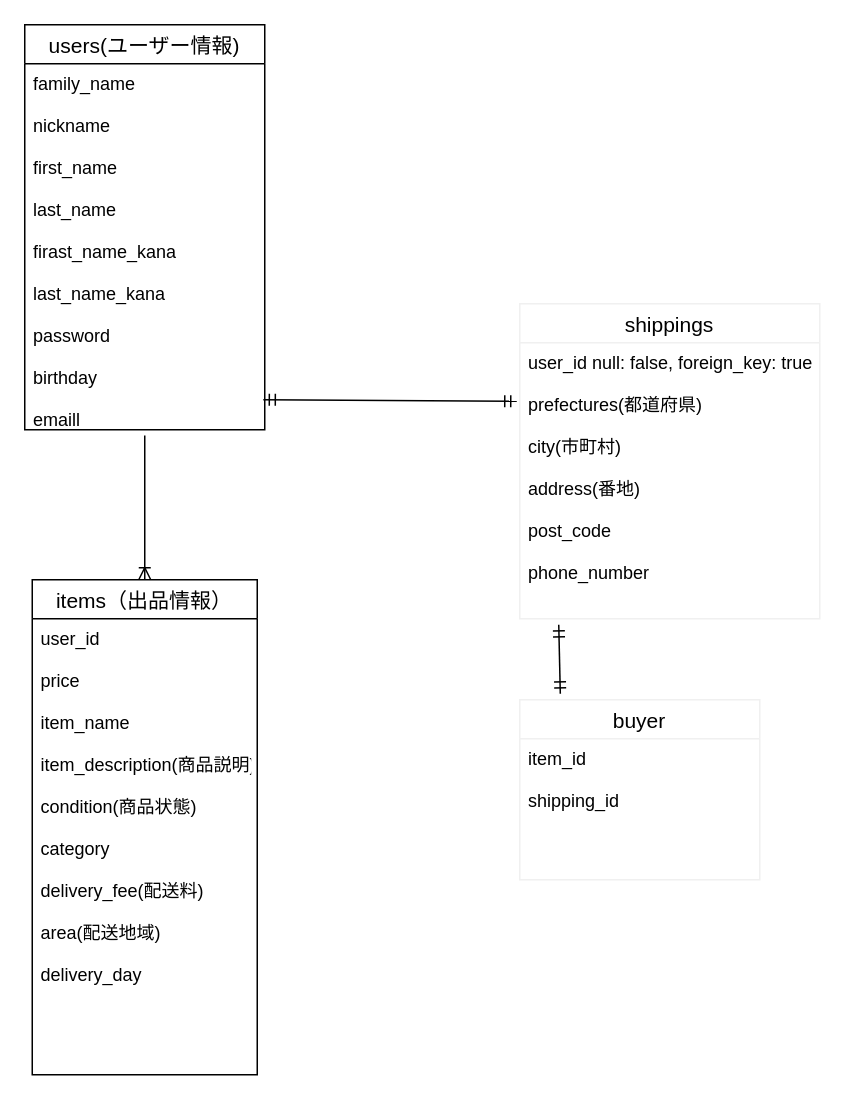
Earlier version of the draw.io diagram test.dio (cheap95/furima-34842). Source tidied: cells renumbered, new cells numbered last; positions are measured from the earlier drawing's top-left corner, leaving out a move shared by most shapes. Both pictures are drawn from the tidied source at 150%, with x=0, y=0 at pixel (24, 24).
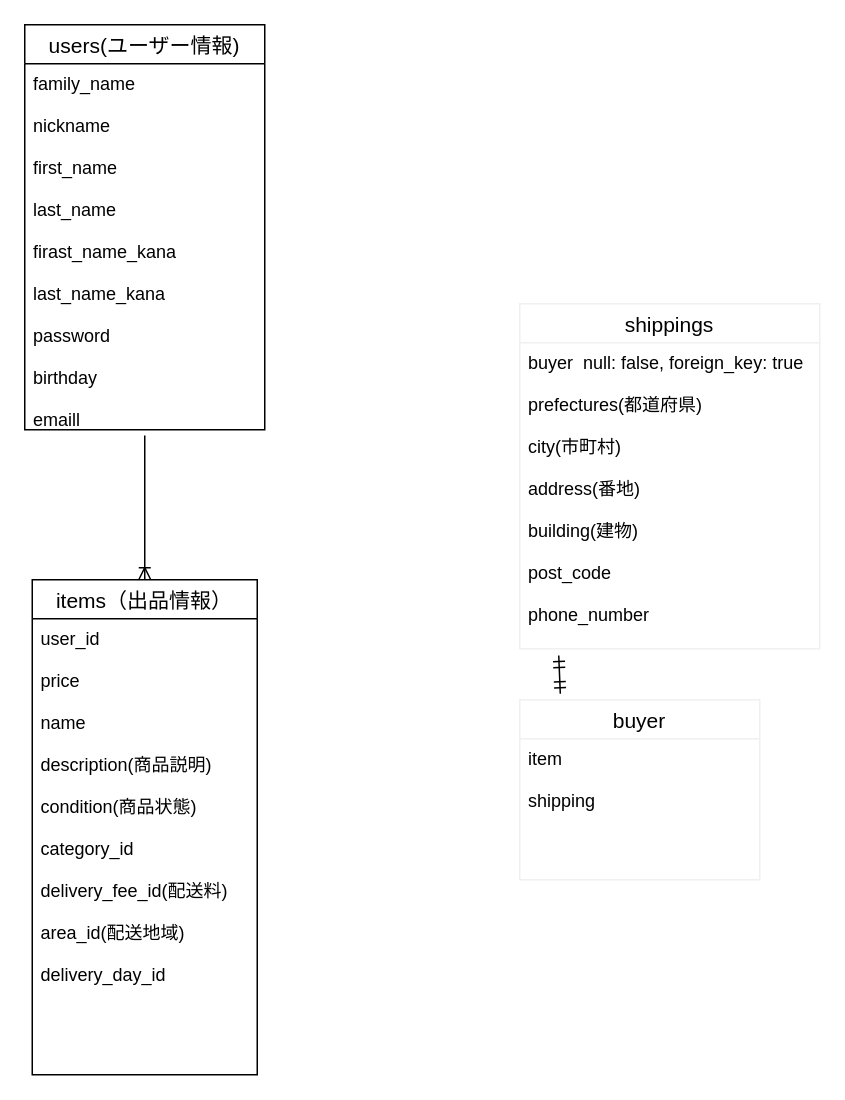
The same diagram, later.

What changed in the source:
```diff
@@
 <mxGraphModel>
   <root>
     <mxCell id="0" />
     <mxCell id="1" parent="0" />
     <mxCell id="2" value="items（出品情報）" style="swimlane;fontStyle=0;horizontal=1;startSize=26;align=center;fontSize=14;" parent="1" vertex="1">
       <mxGeometry x="5" y="370" width="150" height="330" as="geometry" />
     </mxCell>
-    <mxCell id="3" value="user_id&#10;&#10;price&#10;&#10;item_name&#10;&#10;item_description(商品説明)&#10;&#10;condition(商品状態)&#10;&#10;category&#10;&#10;delivery_fee(配送料)&#10;&#10;area(配送地域)&#10;&#10;delivery_day" style="text;strokeColor=none;fillColor=none;spacingLeft=4;spacingRight=4;overflow=hidden;fontSize=12;" parent="2" vertex="1">
+    <mxCell id="3" value="user_id&#10;&#10;price&#10;&#10;name&#10;&#10;description(商品説明)&#10;&#10;condition(商品状態)&#10;&#10;category_id&#10;&#10;delivery_fee_id(配送料)&#10;&#10;area_id(配送地域)&#10;&#10;delivery_day_id" style="text;strokeColor=none;fillColor=none;spacingLeft=4;spacingRight=4;overflow=hidden;fontSize=12;" parent="2" vertex="1">
       <mxGeometry y="26" width="150" height="304" as="geometry" />
     </mxCell>
     <mxCell id="4" value="shippings" style="swimlane;fontStyle=0;horizontal=1;startSize=26;align=center;fontSize=14;strokeColor=#f0f0f0;strokeWidth=1;" parent="1" vertex="1">
-      <mxGeometry x="330" y="186" width="200" height="210" as="geometry" />
+      <mxGeometry x="330" y="186" width="200" height="230" as="geometry" />
     </mxCell>
-    <mxCell id="5" value="user_id null: false, foreign_key: true&#10;&#10;prefectures(都道府県)&#10;&#10;city(市町村)&#10;&#10;address(番地)&#10;&#10;post_code&#10;&#10;phone_number&#10;&#10;" style="text;strokeColor=none;fillColor=none;spacingLeft=4;spacingRight=4;overflow=hidden;points=[[0,0.5],[1,0.5]];portConstraint=eastwest;fontSize=12;" parent="4" vertex="1">
-      <mxGeometry y="26" width="200" height="184" as="geometry" />
+    <mxCell id="5" value="buyer  null: false, foreign_key: true&#10;&#10;prefectures(都道府県)&#10;&#10;city(市町村)&#10;&#10;address(番地)&#10;&#10;building(建物)&#10;&#10;post_code&#10;&#10;phone_number&#10;&#10;" style="text;strokeColor=none;fillColor=none;spacingLeft=4;spacingRight=4;overflow=hidden;points=[[0,0.5],[1,0.5]];portConstraint=eastwest;fontSize=12;" parent="4" vertex="1">
+      <mxGeometry y="26" width="200" height="204" as="geometry" />
     </mxCell>
     <mxCell id="6" value="users(ユーザー情報)" style="swimlane;fontStyle=0;horizontal=1;startSize=26;align=center;fontSize=14;" parent="1" vertex="1">
       <mxGeometry width="160" height="270" as="geometry" />
     </mxCell>
     <mxCell id="7" value="family_name&#10;&#10;nickname&#10;&#10;first_name&#10;&#10;last_name&#10;&#10;firast_name_kana&#10;&#10;last_name_kana&#10;&#10;password&#10;&#10;birthday&#10;&#10;emaill&#10;&#10;" style="text;strokeColor=none;fillColor=none;spacingLeft=4;spacingRight=4;overflow=hidden;points=[[0,0.5],[1,0.5]];portConstraint=eastwest;fontSize=12;" parent="6" vertex="1">
       <mxGeometry y="26" width="160" height="244" as="geometry" />
     </mxCell>
-    <mxCell id="8" style="fontSize=12;html=1;endArrow=ERmandOne;startArrow=ERmandOne;entryX=-0.01;entryY=0.212;entryDx=0;entryDy=0;entryPerimeter=0;exitX=0.994;exitY=0.918;exitDx=0;exitDy=0;exitPerimeter=0;" parent="1" edge="1" source="7" target="5">
-      <mxGeometry relative="1" as="geometry" />
-    </mxCell>
     <mxCell id="9" value="buyer" style="swimlane;fontStyle=0;horizontal=1;startSize=26;align=center;fontSize=14;strokeColor=#f0f0f0;strokeWidth=1;" parent="1" vertex="1">
       <mxGeometry x="330" y="450" width="160" height="120" as="geometry" />
     </mxCell>
-    <mxCell id="10" value="item_id&#10;&#10;shipping_id" style="text;strokeColor=none;fillColor=none;spacingLeft=4;spacingRight=4;overflow=hidden;fontSize=12;" parent="9" vertex="1">
+    <mxCell id="10" value="item&#10;&#10;shipping" style="text;strokeColor=none;fillColor=none;spacingLeft=4;spacingRight=4;overflow=hidden;fontSize=12;" parent="9" vertex="1">
       <mxGeometry y="26" width="160" height="94" as="geometry" />
     </mxCell>
     <mxCell id="11" style="fontSize=12;html=1;endArrow=ERmandOne;startArrow=ERmandOne;entryX=0.13;entryY=1.022;entryDx=0;entryDy=0;entryPerimeter=0;exitX=0.169;exitY=-0.033;exitDx=0;exitDy=0;exitPerimeter=0;" parent="1" edge="1" source="9" target="5">
       <mxGeometry relative="1" as="geometry" />
     </mxCell>
     <mxCell id="12" style="fontSize=12;html=1;endArrow=ERoneToMany;entryX=0.5;entryY=0;entryDx=0;entryDy=0;exitX=0.5;exitY=1.016;exitDx=0;exitDy=0;exitPerimeter=0;" parent="1" edge="1" source="7" target="2">
       <mxGeometry relative="1" as="geometry" />
     </mxCell>
   </root>
 </mxGraphModel>
```
